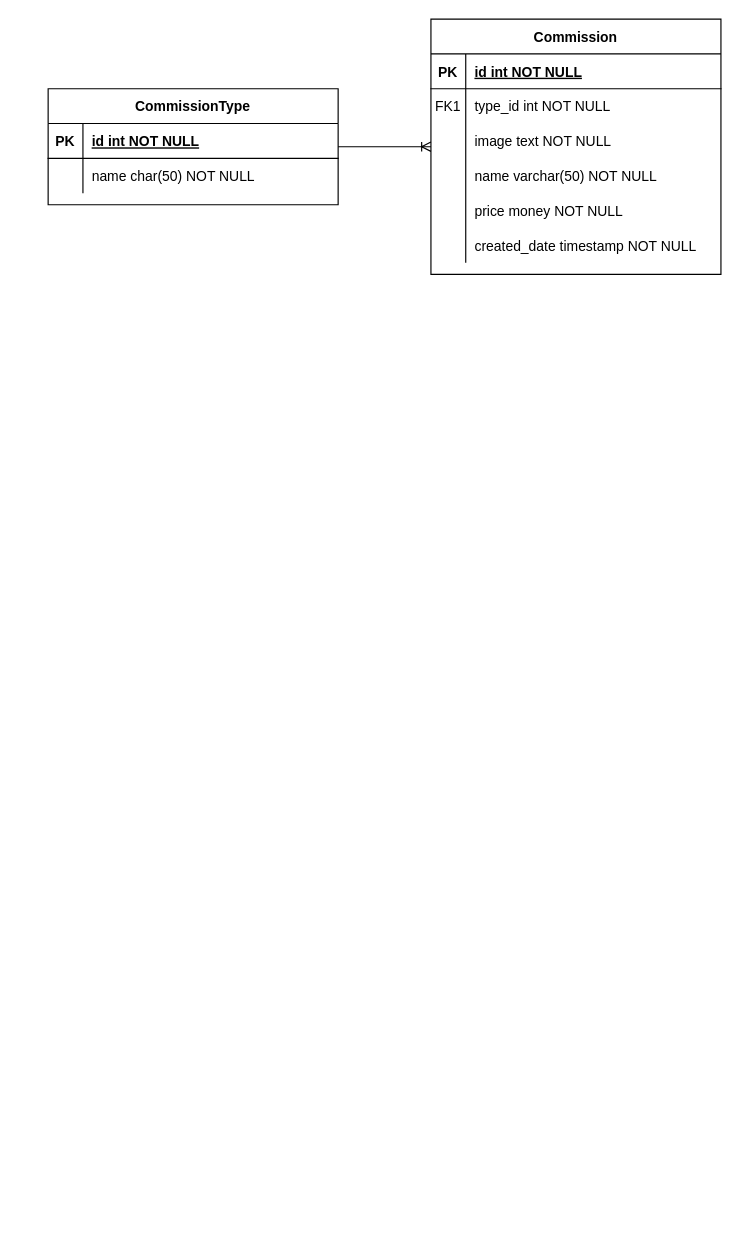
Earlier version of the draw.io diagram documents/ERD.drawio (phamthong253/nest-project). Source tidied: cells renumbered, new cells numbered last; positions are measured from the earlier drawing's top-left corner, leaving out a move shared by most shapes. Both pictures are drawn from the tidied source at 116%, with x=0, y=0 at pixel (48, 19).
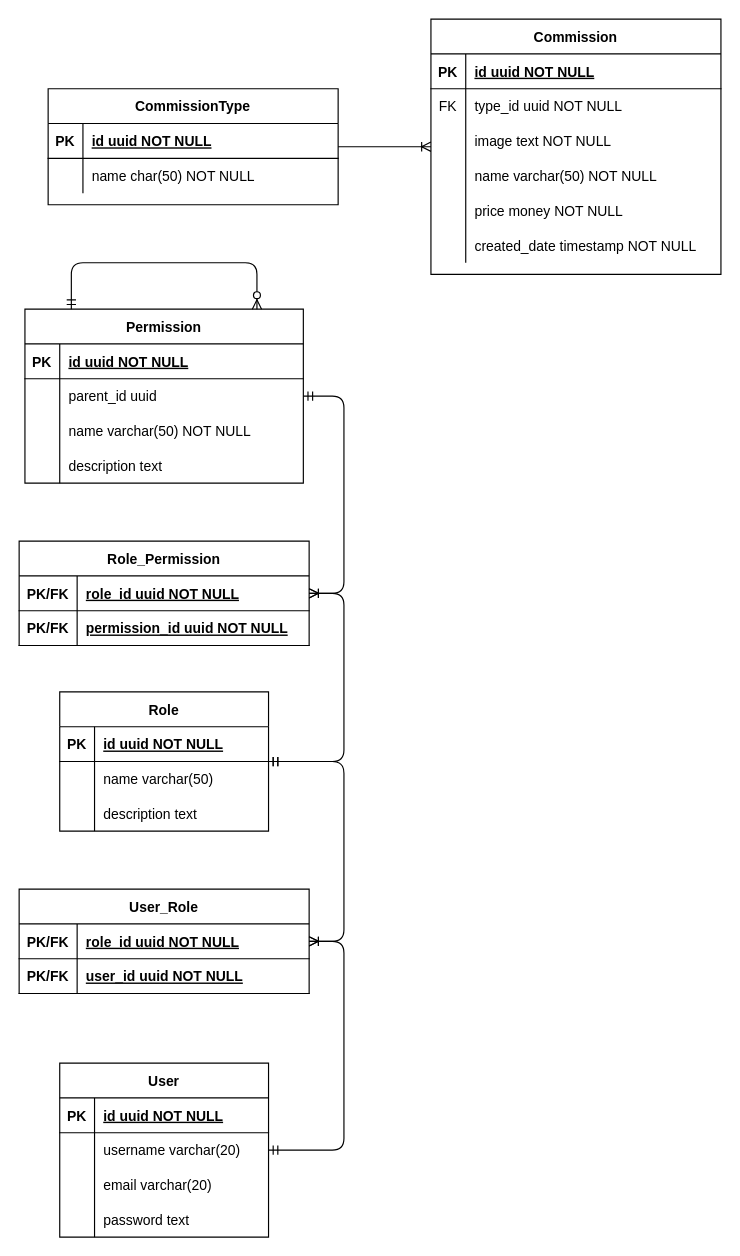
After the change.

The change refers to these unchanged cells:
```xml
<mxCell id="3" style="shape=partialRectangle;fillColor=none;top=0;left=0;right=0;bottom=1;" parent="2" vertex="1">
  <mxGeometry y="30" width="250" height="30" as="geometry" />
</mxCell>
<mxCell id="6" style="shape=partialRectangle;fillColor=none;top=0;left=0;right=0;bottom=0;" parent="2" vertex="1">
  <mxGeometry y="60" width="250" height="30" as="geometry" />
</mxCell>
<mxCell id="22" style="shape=partialRectangle;fillColor=none;top=0;left=0;right=0;bottom=1;" parent="21" vertex="1">
  <mxGeometry y="30" width="250" height="30" as="geometry" />
</mxCell>
```

Change to the diagram source:
```diff
@@
-    <mxCell id="5" value="id int NOT NULL " style="shape=partialRectangle;overflow=hidden;fillColor=none;top=0;left=0;bottom=0;right=0;align=left;spacingLeft=6;fontStyle=5;" parent="3" vertex="1">
+    <mxCell id="5" value="id uuid NOT NULL " style="shape=partialRectangle;overflow=hidden;fillColor=none;top=0;left=0;bottom=0;right=0;align=left;spacingLeft=6;fontStyle=5;" parent="3" vertex="1">
       <mxGeometry x="30" width="220" height="30" as="geometry" />
     </mxCell>
@@
-    <mxCell id="7" value="FK1" style="shape=partialRectangle;overflow=hidden;fillColor=none;top=0;left=0;bottom=0;right=0;" parent="6" vertex="1">
+    <mxCell id="7" value="FK" style="shape=partialRectangle;overflow=hidden;fillColor=none;top=0;left=0;bottom=0;right=0;" parent="6" vertex="1">
       <mxGeometry width="30" height="30" as="geometry" />
     </mxCell>
-    <mxCell id="8" value="type_id int NOT NULL" style="shape=partialRectangle;overflow=hidden;fillColor=none;top=0;left=0;bottom=0;right=0;align=left;spacingLeft=6;" parent="6" vertex="1">
+    <mxCell id="8" value="type_id uuid NOT NULL" style="shape=partialRectangle;overflow=hidden;fillColor=none;top=0;left=0;bottom=0;right=0;align=left;spacingLeft=6;" parent="6" vertex="1">
       <mxGeometry x="30" width="220" height="30" as="geometry" />
     </mxCell>
@@
-    <mxCell id="24" value="id int NOT NULL " style="shape=partialRectangle;overflow=hidden;fillColor=none;top=0;left=0;bottom=0;right=0;align=left;spacingLeft=6;fontStyle=5;" parent="22" vertex="1">
+    <mxCell id="24" value="id uuid NOT NULL " style="shape=partialRectangle;overflow=hidden;fillColor=none;top=0;left=0;bottom=0;right=0;align=left;spacingLeft=6;fontStyle=5;" parent="22" vertex="1">
       <mxGeometry x="30" width="220" height="30" as="geometry" />
     </mxCell>
@@
+    <mxCell id="29" value="Permission" style="shape=table;startSize=30;childLayout=tableLayout;rowLines=0;fontStyle=1;align=center;" parent="1" vertex="1">
+      <mxGeometry x="-20" y="250" width="240" height="150" as="geometry" />
+    </mxCell>
+    <mxCell id="30" style="shape=tableRow;horizontal=0;startSize=0;swimlaneHead=0;swimlaneBody=0;fillColor=none;top=0;left=0;right=0;bottom=1;" parent="29" vertex="1">
+      <mxGeometry y="30" width="240" height="30" as="geometry" />
+    </mxCell>
+    <mxCell id="31" value="PK" style="shape=partialRectangle;fillColor=none;top=0;left=0;bottom=0;right=0;fontStyle=1;overflow=hidden;" parent="30" vertex="1">
+      <mxGeometry width="30" height="30" as="geometry" />
+    </mxCell>
+    <mxCell id="32" value="id uuid NOT NULL" style="shape=partialRectangle;fillColor=none;top=0;left=0;bottom=0;right=0;align=left;spacingLeft=6;fontStyle=5;overflow=hidden;" parent="30" vertex="1">
+      <mxGeometry x="30" width="210" height="30" as="geometry" />
+    </mxCell>
+    <mxCell id="33" style="shape=tableRow;horizontal=0;startSize=0;swimlaneHead=0;swimlaneBody=0;fillColor=none;top=0;left=0;right=0;bottom=0;" parent="29" vertex="1">
+      <mxGeometry y="60" width="240" height="30" as="geometry" />
+    </mxCell>
+    <mxCell id="34" style="shape=partialRectangle;fillColor=none;top=0;left=0;bottom=0;right=0;overflow=hidden;" parent="33" vertex="1">
+      <mxGeometry width="30" height="30" as="geometry" />
+    </mxCell>
+    <mxCell id="35" value="parent_id uuid" style="shape=partialRectangle;fillColor=none;top=0;left=0;bottom=0;right=0;align=left;spacingLeft=6;overflow=hidden;" parent="33" vertex="1">
+      <mxGeometry x="30" width="210" height="30" as="geometry" />
+    </mxCell>
+    <mxCell id="36" style="shape=tableRow;horizontal=0;startSize=0;swimlaneHead=0;swimlaneBody=0;fillColor=none;top=0;left=0;right=0;bottom=0;" parent="29" vertex="1">
+      <mxGeometry y="90" width="240" height="30" as="geometry" />
+    </mxCell>
+    <mxCell id="37" style="shape=partialRectangle;fillColor=none;top=0;left=0;bottom=0;right=0;overflow=hidden;" parent="36" vertex="1">
+      <mxGeometry width="30" height="30" as="geometry" />
+    </mxCell>
+    <mxCell id="38" value="name varchar(50) NOT NULL" style="shape=partialRectangle;fillColor=none;top=0;left=0;bottom=0;right=0;align=left;spacingLeft=6;overflow=hidden;" parent="36" vertex="1">
+      <mxGeometry x="30" width="210" height="30" as="geometry" />
+    </mxCell>
+    <mxCell id="39" style="shape=tableRow;horizontal=0;startSize=0;swimlaneHead=0;swimlaneBody=0;fillColor=none;top=0;left=0;right=0;bottom=0;" parent="29" vertex="1">
+      <mxGeometry y="120" width="240" height="30" as="geometry" />
+    </mxCell>
+    <mxCell id="40" style="shape=partialRectangle;fillColor=none;top=0;left=0;bottom=0;right=0;overflow=hidden;" parent="39" vertex="1">
+      <mxGeometry width="30" height="30" as="geometry" />
+    </mxCell>
+    <mxCell id="41" value="description text" style="shape=partialRectangle;fillColor=none;top=0;left=0;bottom=0;right=0;align=left;spacingLeft=6;overflow=hidden;" parent="39" vertex="1">
+      <mxGeometry x="30" width="210" height="30" as="geometry" />
+    </mxCell>
+    <mxCell id="42" value="Role" style="shape=table;startSize=30;childLayout=tableLayout;rowLines=0;fontStyle=1;align=center;" parent="1" vertex="1">
+      <mxGeometry x="10" y="580" width="180" height="120" as="geometry" />
+    </mxCell>
+    <mxCell id="43" style="shape=tableRow;horizontal=0;startSize=0;swimlaneHead=0;swimlaneBody=0;fillColor=none;top=0;left=0;right=0;bottom=1;" parent="42" vertex="1">
+      <mxGeometry y="30" width="180" height="30" as="geometry" />
+    </mxCell>
+    <mxCell id="44" value="PK" style="shape=partialRectangle;fillColor=none;top=0;left=0;bottom=0;right=0;fontStyle=1;overflow=hidden;" parent="43" vertex="1">
+      <mxGeometry width="30" height="30" as="geometry" />
+    </mxCell>
+    <mxCell id="45" value="id uuid NOT NULL" style="shape=partialRectangle;fillColor=none;top=0;left=0;bottom=0;right=0;align=left;spacingLeft=6;fontStyle=5;overflow=hidden;" parent="43" vertex="1">
+      <mxGeometry x="30" width="150" height="30" as="geometry" />
+    </mxCell>
+    <mxCell id="46" style="shape=tableRow;horizontal=0;startSize=0;swimlaneHead=0;swimlaneBody=0;fillColor=none;top=0;left=0;right=0;bottom=0;" parent="42" vertex="1">
+      <mxGeometry y="60" width="180" height="30" as="geometry" />
+    </mxCell>
+    <mxCell id="47" style="shape=partialRectangle;fillColor=none;top=0;left=0;bottom=0;right=0;overflow=hidden;" parent="46" vertex="1">
+      <mxGeometry width="30" height="30" as="geometry" />
+    </mxCell>
+    <mxCell id="48" value="name varchar(50)" style="shape=partialRectangle;fillColor=none;top=0;left=0;bottom=0;right=0;align=left;spacingLeft=6;overflow=hidden;" parent="46" vertex="1">
+      <mxGeometry x="30" width="150" height="30" as="geometry" />
+    </mxCell>
+    <mxCell id="49" style="shape=tableRow;horizontal=0;startSize=0;swimlaneHead=0;swimlaneBody=0;fillColor=none;top=0;left=0;right=0;bottom=0;" parent="42" vertex="1">
+      <mxGeometry y="90" width="180" height="30" as="geometry" />
+    </mxCell>
+    <mxCell id="50" style="shape=partialRectangle;fillColor=none;top=0;left=0;bottom=0;right=0;overflow=hidden;" parent="49" vertex="1">
+      <mxGeometry width="30" height="30" as="geometry" />
+    </mxCell>
+    <mxCell id="51" value="description text" style="shape=partialRectangle;fillColor=none;top=0;left=0;bottom=0;right=0;align=left;spacingLeft=6;overflow=hidden;" parent="49" vertex="1">
+      <mxGeometry x="30" width="150" height="30" as="geometry" />
+    </mxCell>
+    <mxCell id="52" value="Role_Permission" style="shape=table;startSize=30;childLayout=tableLayout;rowLines=0;fontStyle=1;align=center;" parent="1" vertex="1">
+      <mxGeometry x="-25" y="450" width="250" height="90" as="geometry" />
+    </mxCell>
+    <mxCell id="53" style="shape=tableRow;horizontal=0;startSize=0;swimlaneHead=0;swimlaneBody=0;fillColor=none;top=0;left=0;right=0;bottom=1;" parent="52" vertex="1">
+      <mxGeometry y="30" width="250" height="30" as="geometry" />
+    </mxCell>
+    <mxCell id="54" value="PK/FK" style="shape=partialRectangle;fillColor=none;top=0;left=0;bottom=0;right=0;fontStyle=1;overflow=hidden;" parent="53" vertex="1">
+      <mxGeometry width="50" height="30" as="geometry" />
+    </mxCell>
+    <mxCell id="55" value="role_id uuid NOT NULL" style="shape=partialRectangle;fillColor=none;top=0;left=0;bottom=0;right=0;align=left;spacingLeft=6;fontStyle=5;overflow=hidden;" parent="53" vertex="1">
+      <mxGeometry x="50" width="200" height="30" as="geometry" />
+    </mxCell>
+    <mxCell id="56" style="shape=tableRow;horizontal=0;startSize=0;swimlaneHead=0;swimlaneBody=0;fillColor=none;top=0;left=0;right=0;bottom=1;" parent="52" vertex="1">
+      <mxGeometry y="60" width="250" height="30" as="geometry" />
+    </mxCell>
+    <mxCell id="57" value="PK/FK" style="shape=partialRectangle;fillColor=none;top=0;left=0;bottom=0;right=0;fontStyle=1;overflow=hidden;" parent="56" vertex="1">
+      <mxGeometry width="50" height="30" as="geometry" />
+    </mxCell>
+    <mxCell id="58" value="permission_id uuid NOT NULL" style="shape=partialRectangle;fillColor=none;top=0;left=0;bottom=0;right=0;align=left;spacingLeft=6;fontStyle=5;overflow=hidden;" parent="56" vertex="1">
+      <mxGeometry x="50" width="200" height="30" as="geometry" />
+    </mxCell>
+    <mxCell id="59" style="edgeStyle=entityRelationEdgeStyle;fontSize=12;html=1;endArrow=ERoneToMany;startArrow=ERmandOne;" parent="1" edge="1" source="29" target="52">
+      <mxGeometry relative="1" as="geometry" />
+    </mxCell>
+    <mxCell id="60" style="edgeStyle=entityRelationEdgeStyle;fontSize=12;html=1;endArrow=ERoneToMany;startArrow=ERmandOne;" parent="1" edge="1" source="42" target="52">
+      <mxGeometry relative="1" as="geometry" />
+    </mxCell>
+    <mxCell id="61" style="edgeStyle=entityRelationEdgeStyle;fontSize=12;html=1;endArrow=ERzeroToMany;startArrow=ERmandOne;" parent="1" edge="1" source="29" target="29">
+      <mxGeometry relative="1" as="geometry">
+        <Array as="points">
+          <mxPoint x="20" y="210" />
+        </Array>
+      </mxGeometry>
+    </mxCell>
+    <mxCell id="62" value="User" style="shape=table;startSize=30;childLayout=tableLayout;rowLines=0;fontStyle=1;align=center;" parent="1" vertex="1">
+      <mxGeometry x="10" y="900" width="180" height="150" as="geometry" />
+    </mxCell>
+    <mxCell id="63" style="shape=tableRow;horizontal=0;startSize=0;swimlaneHead=0;swimlaneBody=0;fillColor=none;top=0;left=0;right=0;bottom=1;" parent="62" vertex="1">
+      <mxGeometry y="30" width="180" height="30" as="geometry" />
+    </mxCell>
+    <mxCell id="64" value="PK" style="shape=partialRectangle;fillColor=none;top=0;left=0;bottom=0;right=0;fontStyle=1;overflow=hidden;" parent="63" vertex="1">
+      <mxGeometry width="30" height="30" as="geometry" />
+    </mxCell>
+    <mxCell id="65" value="id uuid NOT NULL" style="shape=partialRectangle;fillColor=none;top=0;left=0;bottom=0;right=0;align=left;spacingLeft=6;fontStyle=5;overflow=hidden;" parent="63" vertex="1">
+      <mxGeometry x="30" width="150" height="30" as="geometry" />
+    </mxCell>
+    <mxCell id="66" style="shape=tableRow;horizontal=0;startSize=0;swimlaneHead=0;swimlaneBody=0;fillColor=none;top=0;left=0;right=0;bottom=0;" parent="62" vertex="1">
+      <mxGeometry y="60" width="180" height="30" as="geometry" />
+    </mxCell>
+    <mxCell id="67" style="shape=partialRectangle;fillColor=none;top=0;left=0;bottom=0;right=0;overflow=hidden;" parent="66" vertex="1">
+      <mxGeometry width="30" height="30" as="geometry" />
+    </mxCell>
+    <mxCell id="68" value="username varchar(20)" style="shape=partialRectangle;fillColor=none;top=0;left=0;bottom=0;right=0;align=left;spacingLeft=6;overflow=hidden;" parent="66" vertex="1">
+      <mxGeometry x="30" width="150" height="30" as="geometry" />
+    </mxCell>
+    <mxCell id="69" style="shape=tableRow;horizontal=0;startSize=0;swimlaneHead=0;swimlaneBody=0;fillColor=none;top=0;left=0;right=0;bottom=0;" parent="62" vertex="1">
+      <mxGeometry y="90" width="180" height="30" as="geometry" />
+    </mxCell>
+    <mxCell id="70" style="shape=partialRectangle;fillColor=none;top=0;left=0;bottom=0;right=0;overflow=hidden;" parent="69" vertex="1">
+      <mxGeometry width="30" height="30" as="geometry" />
+    </mxCell>
+    <mxCell id="71" value="email varchar(20)" style="shape=partialRectangle;fillColor=none;top=0;left=0;bottom=0;right=0;align=left;spacingLeft=6;overflow=hidden;" parent="69" vertex="1">
+      <mxGeometry x="30" width="150" height="30" as="geometry" />
+    </mxCell>
+    <mxCell id="72" style="shape=tableRow;horizontal=0;startSize=0;swimlaneHead=0;swimlaneBody=0;fillColor=none;top=0;left=0;right=0;bottom=0;" parent="62" vertex="1">
+      <mxGeometry y="120" width="180" height="30" as="geometry" />
+    </mxCell>
+    <mxCell id="73" style="shape=partialRectangle;fillColor=none;top=0;left=0;bottom=0;right=0;overflow=hidden;" parent="72" vertex="1">
+      <mxGeometry width="30" height="30" as="geometry" />
+    </mxCell>
+    <mxCell id="74" value="password text" style="shape=partialRectangle;fillColor=none;top=0;left=0;bottom=0;right=0;align=left;spacingLeft=6;overflow=hidden;" parent="72" vertex="1">
+      <mxGeometry x="30" width="150" height="30" as="geometry" />
+    </mxCell>
+    <mxCell id="75" value="User_Role" style="shape=table;startSize=30;childLayout=tableLayout;rowLines=0;fontStyle=1;align=center;" parent="1" vertex="1">
+      <mxGeometry x="-25" y="750" width="250" height="90" as="geometry" />
+    </mxCell>
+    <mxCell id="76" style="shape=tableRow;horizontal=0;startSize=0;swimlaneHead=0;swimlaneBody=0;fillColor=none;top=0;left=0;right=0;bottom=1;" parent="75" vertex="1">
+      <mxGeometry y="30" width="250" height="30" as="geometry" />
+    </mxCell>
+    <mxCell id="77" value="PK/FK" style="shape=partialRectangle;fillColor=none;top=0;left=0;bottom=0;right=0;fontStyle=1;overflow=hidden;" parent="76" vertex="1">
+      <mxGeometry width="50" height="30" as="geometry" />
+    </mxCell>
+    <mxCell id="78" value="role_id uuid NOT NULL" style="shape=partialRectangle;fillColor=none;top=0;left=0;bottom=0;right=0;align=left;spacingLeft=6;fontStyle=5;overflow=hidden;" parent="76" vertex="1">
+      <mxGeometry x="50" width="200" height="30" as="geometry" />
+    </mxCell>
+    <mxCell id="79" style="shape=tableRow;horizontal=0;startSize=0;swimlaneHead=0;swimlaneBody=0;fillColor=none;top=0;left=0;right=0;bottom=1;" parent="75" vertex="1">
+      <mxGeometry y="60" width="250" height="30" as="geometry" />
+    </mxCell>
+    <mxCell id="80" value="PK/FK" style="shape=partialRectangle;fillColor=none;top=0;left=0;bottom=0;right=0;fontStyle=1;overflow=hidden;" parent="79" vertex="1">
+      <mxGeometry width="50" height="30" as="geometry" />
+    </mxCell>
+    <mxCell id="81" value="user_id uuid NOT NULL" style="shape=partialRectangle;fillColor=none;top=0;left=0;bottom=0;right=0;align=left;spacingLeft=6;fontStyle=5;overflow=hidden;" parent="79" vertex="1">
+      <mxGeometry x="50" width="200" height="30" as="geometry" />
+    </mxCell>
+    <mxCell id="82" style="edgeStyle=entityRelationEdgeStyle;fontSize=12;html=1;endArrow=ERoneToMany;startArrow=ERmandOne;" parent="1" edge="1" source="62" target="75">
+      <mxGeometry relative="1" as="geometry" />
+    </mxCell>
+    <mxCell id="83" style="edgeStyle=entityRelationEdgeStyle;fontSize=12;html=1;endArrow=ERoneToMany;startArrow=ERmandOne;" parent="1" edge="1" source="42" target="75">
+      <mxGeometry relative="1" as="geometry" />
+    </mxCell>
```
